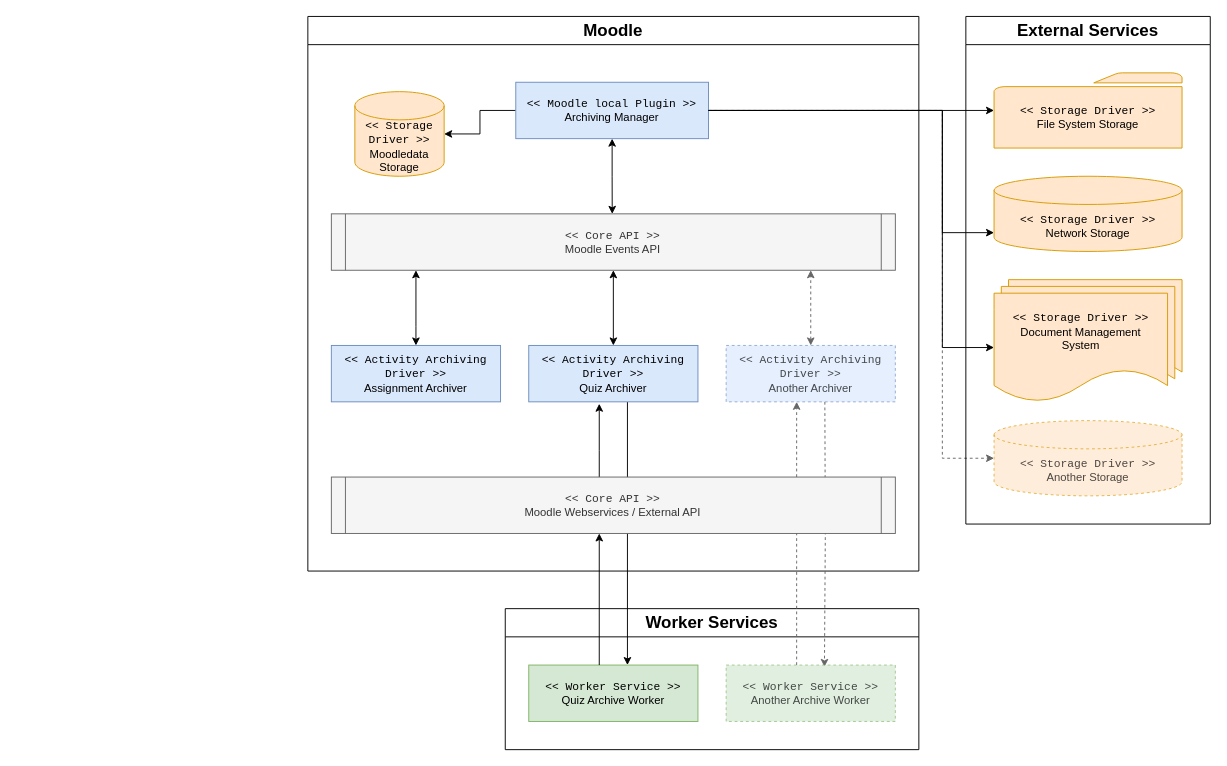
Before: docs/architecture/architecture-overview.drawio in ngandrass/moodle-data-archiving-concept, a draw.io diagram. Source tidied: cells renumbered, new cells numbered last; positions are measured from the earlier drawing's top-left corner, leaving out a move shared by most shapes. Both pictures are drawn from the tidied source at 94%, with x=0, y=0 at pixel (307, 16).
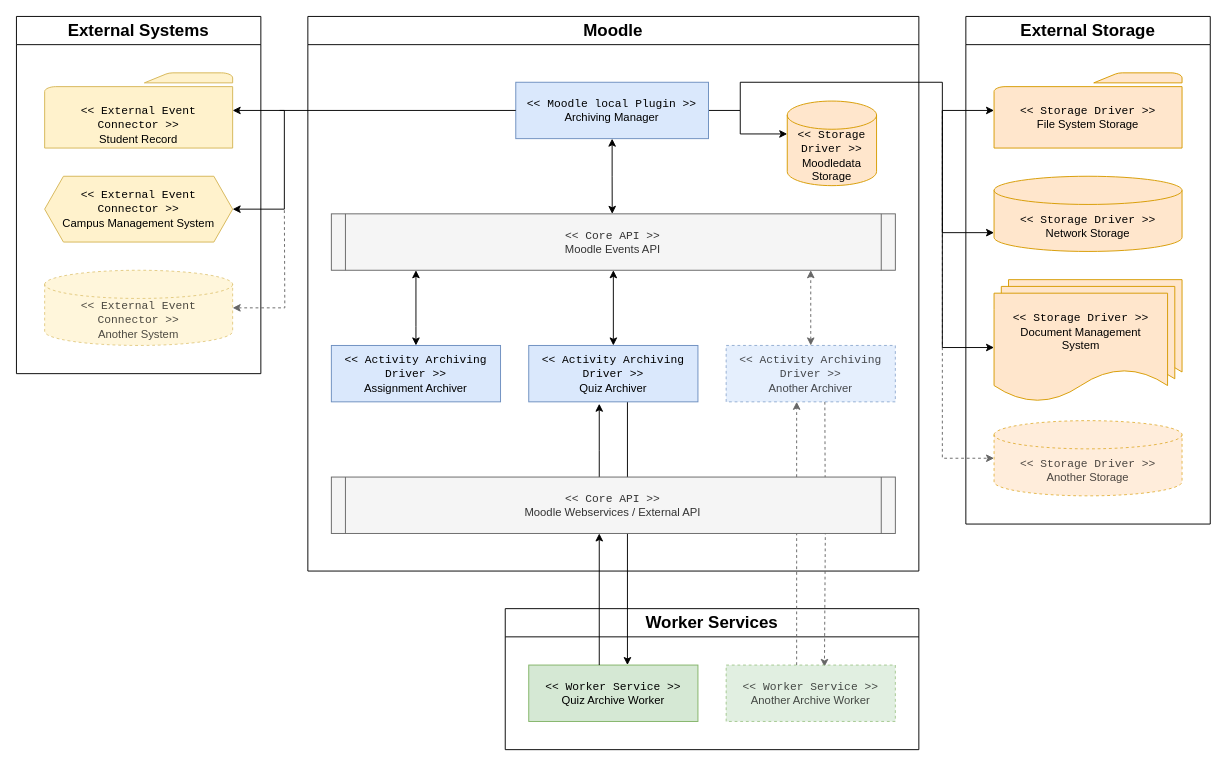
The same diagram, later.

Commit message:
Add external event connectors to architecture overview diagram

Unchanged cells that the change refers to:
```xml
<mxCell id="6" value="&lt;font style=&quot;font-size: 18px;&quot;&gt;Moodle&lt;/font&gt;" style="swimlane;whiteSpace=wrap;html=1;startSize=30;swimlaneLine=1;" parent="1" vertex="1">
  <mxGeometry width="650" height="590" as="geometry" />
</mxCell>
<mxCell id="10" value="&lt;font face=&quot;Courier New&quot; style=&quot;font-size: 12px;&quot;&gt;&amp;lt;&amp;lt; Moodle local Plugin &amp;gt;&amp;gt;&lt;/font&gt;&lt;div style=&quot;&quot;&gt;&lt;span style=&quot;background-color: initial;&quot;&gt;Archiving Manager&lt;/span&gt;&lt;br&gt;&lt;/div&gt;" style="rounded=0;whiteSpace=wrap;html=1;fillColor=#dae8fc;strokeColor=#6c8ebf;spacing=2;" parent="6" vertex="1">
  <mxGeometry x="221.2" y="70" width="205" height="60" as="geometry" />
</mxCell>
<mxCell id="25" value="&lt;font face=&quot;Courier New&quot;&gt;&amp;lt;&amp;lt; Storage Driver &amp;gt;&amp;gt;&lt;/font&gt;&lt;div&gt;Network Storage&lt;/div&gt;" style="shape=cylinder3;whiteSpace=wrap;html=1;boundedLbl=1;backgroundOutline=1;size=15;fillColor=#ffe6cc;strokeColor=#d79b00;" parent="24" vertex="1">
  <mxGeometry x="30" y="170" width="200" height="80" as="geometry" />
</mxCell>
<mxCell id="29" value="&lt;font face=&quot;Courier New&quot;&gt;&amp;lt;&amp;lt; Storage Driver &amp;gt;&amp;gt;&lt;/font&gt;&lt;div&gt;Document Management&lt;br&gt;System&lt;/div&gt;" style="shape=document;whiteSpace=wrap;html=1;boundedLbl=1;fillColor=#ffe6cc;strokeColor=#d79b00;" parent="26" vertex="1">
  <mxGeometry y="14.4" width="184.6" height="115.6" as="geometry" />
</mxCell>
<mxCell id="30" value="&lt;font style=&quot;text-wrap: wrap;&quot; face=&quot;Courier New&quot;&gt;&amp;lt;&amp;lt; Storage Driver &amp;gt;&amp;gt;&lt;/font&gt;&lt;div style=&quot;text-wrap: wrap;&quot;&gt;File System Storage&lt;/div&gt;" style="sketch=0;shadow=0;dashed=0;html=1;strokeColor=#d79b00;fillColor=#ffe6cc;labelPosition=center;verticalLabelPosition=bottom;verticalAlign=top;outlineConnect=0;align=center;shape=mxgraph.office.concepts.folder;spacingTop=-54;spacingLeft=0;whiteSpace=wrap;" parent="24" vertex="1">
  <mxGeometry x="30" y="60" width="200" height="80" as="geometry" />
</mxCell>
<mxCell id="31" value="&lt;font face=&quot;Courier New&quot;&gt;&amp;lt;&amp;lt; Storage Driver &amp;gt;&amp;gt;&lt;/font&gt;&lt;div&gt;Another Storage&lt;/div&gt;" style="shape=cylinder3;whiteSpace=wrap;html=1;boundedLbl=1;backgroundOutline=1;size=15;fillColor=#ffe6cc;strokeColor=#d79b00;dashed=1;opacity=70;textOpacity=70;" parent="24" vertex="1">
  <mxGeometry x="30" y="430" width="200" height="80" as="geometry" />
</mxCell>
```

Diff of the diagram source:
```diff
@@
-    <mxCell id="2" style="edgeStyle=orthogonalEdgeStyle;rounded=0;jettySize=auto;html=1;entryX=0;entryY=0.5;entryDx=0;entryDy=0;entryPerimeter=0;dashed=1;fillColor=#f5f5f5;strokeColor=#666666;" parent="1" edge="1" source="10" target="31">
+    <mxCell id="2" style="edgeStyle=orthogonalEdgeStyle;rounded=0;jettySize=auto;html=1;entryX=0;entryY=0.5;entryDx=0;entryDy=0;entryPerimeter=0;dashed=1;fillColor=#f5f5f5;strokeColor=#666666;" parent="1" edge="1" target="31">
       <mxGeometry relative="1" as="geometry">
+        <mxPoint x="675" y="100" as="sourcePoint" />
         <Array as="points">
           <mxPoint x="675" y="100" />
           <mxPoint x="675" y="470" />
         </Array>
       </mxGeometry>
     </mxCell>
@@
     <mxCell id="9" style="edgeStyle=orthogonalEdgeStyle;rounded=0;jettySize=auto;html=1;" parent="6" edge="1" source="10" target="23">
-      <mxGeometry relative="1" as="geometry" />
+      <mxGeometry relative="1" as="geometry">
+        <Array as="points">
+          <mxPoint x="460" y="100" />
+          <mxPoint x="460" y="125" />
+        </Array>
+      </mxGeometry>
     </mxCell>
@@
     <mxCell id="23" value="&lt;font face=&quot;Courier New&quot;&gt;&amp;lt;&amp;lt; Storage Driver &amp;gt;&amp;gt;&lt;/font&gt;&lt;div&gt;Moodledata Storage&lt;/div&gt;" style="shape=cylinder3;whiteSpace=wrap;html=1;boundedLbl=1;backgroundOutline=1;size=15;fillColor=#ffe6cc;strokeColor=#d79b00;" parent="6" vertex="1">
-      <mxGeometry x="50" y="80" width="95" height="90" as="geometry" />
+      <mxGeometry x="510" y="90" width="95" height="90" as="geometry" />
     </mxCell>
-    <mxCell id="24" value="&lt;font style=&quot;font-size: 18px;&quot;&gt;External Services&lt;/font&gt;" style="swimlane;whiteSpace=wrap;html=1;startSize=30;" parent="1" vertex="1">
+    <mxCell id="24" value="&lt;span style=&quot;font-size: 18px;&quot;&gt;External Storage&lt;/span&gt;" style="swimlane;whiteSpace=wrap;html=1;startSize=30;" parent="1" vertex="1">
       <mxGeometry x="700" width="260" height="540" as="geometry" />
     </mxCell>
@@
+    <mxCell id="36" value="&lt;font face=&quot;Courier New&quot;&gt;&amp;lt;&amp;lt; External Event&lt;br&gt;Connector &amp;gt;&amp;gt;&lt;/font&gt;&lt;div&gt;Student Record&lt;/div&gt;" style="sketch=0;shadow=0;dashed=0;html=1;strokeColor=#d6b656;fillColor=#fff2cc;labelPosition=center;verticalLabelPosition=bottom;verticalAlign=top;outlineConnect=0;align=center;shape=mxgraph.office.concepts.folder;spacingTop=-54;spacingLeft=0;whiteSpace=wrap;" parent="24" vertex="1">
+      <mxGeometry x="-980" y="60" width="200" height="80" as="geometry" />
+    </mxCell>
-    <mxCell id="32" style="edgeStyle=orthogonalEdgeStyle;rounded=0;jettySize=auto;html=1;" parent="1" edge="1" source="10" target="25">
+    <mxCell id="32" style="edgeStyle=orthogonalEdgeStyle;rounded=0;jettySize=auto;html=1;" parent="1" edge="1" target="25">
       <mxGeometry relative="1" as="geometry">
+        <mxPoint x="675" y="100" as="sourcePoint" />
         <Array as="points">
           <mxPoint x="675" y="100" />
           <mxPoint x="675" y="230" />
         </Array>
       </mxGeometry>
     </mxCell>
-    <mxCell id="33" style="edgeStyle=orthogonalEdgeStyle;rounded=0;jettySize=auto;html=1;entryX=0;entryY=0.5;entryDx=0;entryDy=0;" parent="1" edge="1" source="10" target="29">
+    <mxCell id="33" style="edgeStyle=orthogonalEdgeStyle;rounded=0;jettySize=auto;html=1;entryX=0;entryY=0.5;entryDx=0;entryDy=0;" parent="1" edge="1" target="29">
       <mxGeometry relative="1" as="geometry">
+        <mxPoint x="675" y="100" as="sourcePoint" />
         <Array as="points">
           <mxPoint x="675" y="100" />
           <mxPoint x="675" y="352" />
         </Array>
       </mxGeometry>
     </mxCell>
@@
-    <mxCell id="35" style="edgeStyle=orthogonalEdgeStyle;rounded=0;jettySize=auto;html=1;" parent="1" edge="1" source="10" target="30">
-      <mxGeometry relative="1" as="geometry" />
+    <mxCell id="35" style="edgeStyle=orthogonalEdgeStyle;rounded=0;jettySize=auto;html=1;" parent="1" edge="1" target="30">
+      <mxGeometry relative="1" as="geometry">
+        <mxPoint x="460" y="100" as="sourcePoint" />
+        <Array as="points">
+          <mxPoint x="460" y="70" />
+          <mxPoint x="675" y="70" />
+          <mxPoint x="675" y="100" />
+        </Array>
+      </mxGeometry>
     </mxCell>
+    <mxCell id="37" value="&lt;span style=&quot;font-size: 18px;&quot;&gt;External Systems&lt;/span&gt;" style="swimlane;whiteSpace=wrap;html=1;startSize=30;" parent="1" vertex="1">
+      <mxGeometry x="-310" width="260" height="380" as="geometry" />
+    </mxCell>
+    <mxCell id="38" style="edgeStyle=orthogonalEdgeStyle;rounded=0;jettySize=auto;html=1;endArrow=none;endFill=0;dashed=1;startArrow=classic;startFill=1;strokeColor=#666666;" parent="37" edge="1" source="39">
+      <mxGeometry relative="1" as="geometry">
+        <mxPoint x="285" y="205" as="targetPoint" />
+      </mxGeometry>
+    </mxCell>
+    <mxCell id="39" value="&lt;font face=&quot;Courier New&quot;&gt;&amp;lt;&amp;lt; External Event&lt;br&gt;Connector &amp;gt;&amp;gt;&lt;/font&gt;&lt;div&gt;Another System&lt;/div&gt;" style="shape=cylinder3;whiteSpace=wrap;html=1;boundedLbl=1;backgroundOutline=1;size=15;fillColor=#fff2cc;strokeColor=#d6b656;dashed=1;opacity=70;textOpacity=70;" parent="37" vertex="1">
+      <mxGeometry x="30" y="270" width="200" height="80" as="geometry" />
+    </mxCell>
+    <mxCell id="40" style="edgeStyle=orthogonalEdgeStyle;rounded=0;jettySize=auto;html=1;endArrow=none;endFill=0;startArrow=classic;startFill=1;" parent="37" edge="1" source="41">
+      <mxGeometry relative="1" as="geometry">
+        <mxPoint x="280" y="100" as="targetPoint" />
+        <Array as="points">
+          <mxPoint x="285" y="205" />
+          <mxPoint x="285" y="100" />
+        </Array>
+      </mxGeometry>
+    </mxCell>
+    <mxCell id="41" value="&lt;font face=&quot;Courier New&quot;&gt;&amp;lt;&amp;lt; External Event&lt;br&gt;Connector &amp;gt;&amp;gt;&lt;/font&gt;&lt;div&gt;Campus Management System&lt;/div&gt;" style="shape=hexagon;perimeter=hexagonPerimeter2;whiteSpace=wrap;html=1;fixedSize=1;fillColor=#fff2cc;strokeColor=#d6b656;" parent="37" vertex="1">
+      <mxGeometry x="30" y="170" width="200" height="70" as="geometry" />
+    </mxCell>
+    <mxCell id="42" style="edgeStyle=orthogonalEdgeStyle;rounded=0;jettySize=auto;html=1;" parent="1" edge="1" source="10" target="36">
+      <mxGeometry relative="1" as="geometry" />
+    </mxCell>
```
